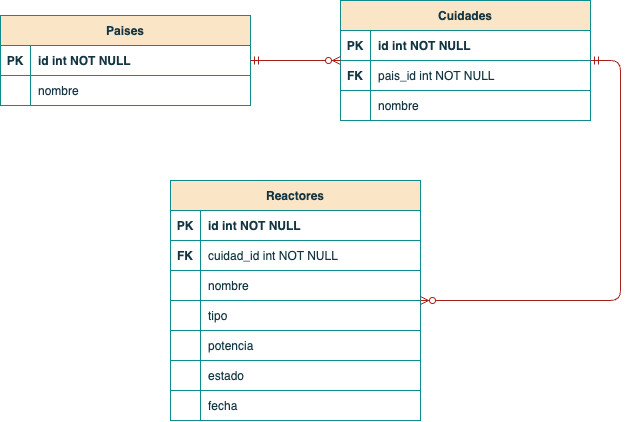
Before: Datos/DiagramaRelacional-MQJ.drawio.png, a diagram exported from draw.io (mquijanoj09/tabd_202410_ex03). Source tidied: cells renumbered, new cells last; positions are measured from the earlier drawing's top-left corner, leaving out a move shared by most shapes.
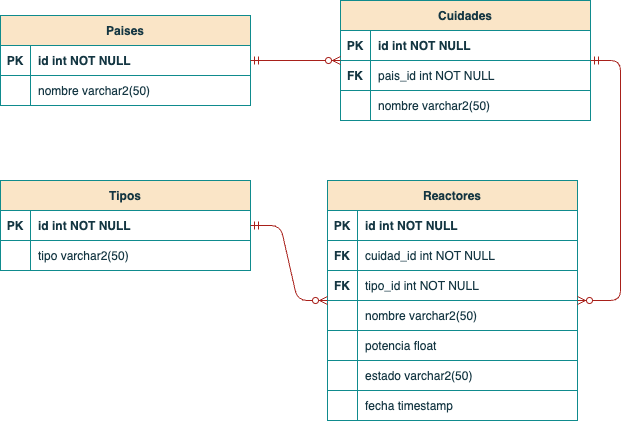
Later version of the same file.

What changed in the source:
```diff
@@ -3,7 +3,7 @@
     <mxCell id="0" />
     <mxCell id="1" parent="0" />
     <mxCell id="2" style="group;labelBackgroundColor=none;fontColor=#143642;fillColor=none;strokeColor=#0F8B8D;" parent="1" vertex="1">
-      <mxGeometry x="170" y="180" width="250" height="210" as="geometry" />
+      <mxGeometry x="327" y="180" width="250" height="210" as="geometry" />
     </mxCell>
     <mxCell id="3" value="Reactores" style="shape=table;startSize=30;rowLines=0;fontStyle=1;align=center;labelBackgroundColor=none;fillColor=#FAE5C7;strokeColor=#0F8B8D;fontColor=#143642;" parent="2" vertex="1">
       <mxGeometry width="250" height="240" as="geometry" />
@@ -68,7 +68,7 @@
     <mxCell id="23" style="shape=partialRectangle;overflow=hidden;fillColor=none;top=0;left=0;bottom=0;right=0;labelBackgroundColor=none;strokeColor=#0F8B8D;fontColor=#143642;" parent="22" vertex="1">
       <mxGeometry width="30" height="30" as="geometry" />
     </mxCell>
-    <mxCell id="24" value="fecha" style="shape=partialRectangle;overflow=hidden;fillColor=none;top=0;left=0;bottom=0;right=0;align=left;spacingLeft=6;labelBackgroundColor=none;strokeColor=#0F8B8D;fontColor=#143642;" parent="22" vertex="1">
+    <mxCell id="24" value="fecha timestamp" style="shape=partialRectangle;overflow=hidden;fillColor=none;top=0;left=0;bottom=0;right=0;align=left;spacingLeft=6;labelBackgroundColor=none;strokeColor=#0F8B8D;fontColor=#143642;" parent="22" vertex="1">
       <mxGeometry x="30" width="220" height="30" as="geometry" />
     </mxCell>
     <mxCell id="25" style="shape=partialRectangle;fillColor=none;top=0;left=0;right=0;bottom=1;labelBackgroundColor=none;strokeColor=#0F8B8D;fontColor=#143642;" parent="2" vertex="1">
@@ -83,10 +83,10 @@
     <mxCell id="28" style="shape=partialRectangle;fillColor=none;top=0;left=0;right=0;bottom=1;labelBackgroundColor=none;strokeColor=#0F8B8D;fontColor=#143642;" parent="2" vertex="1">
       <mxGeometry y="90" width="250" height="30" as="geometry" />
     </mxCell>
-    <mxCell id="29" style="shape=partialRectangle;overflow=hidden;fillColor=none;top=0;left=0;bottom=0;right=0;fontStyle=1;labelBackgroundColor=none;strokeColor=#0F8B8D;fontColor=#143642;" parent="28" vertex="1">
+    <mxCell id="29" value="FK" style="shape=partialRectangle;overflow=hidden;fillColor=none;top=0;left=0;bottom=0;right=0;fontStyle=1;labelBackgroundColor=none;strokeColor=#0F8B8D;fontColor=#143642;" parent="28" vertex="1">
       <mxGeometry width="30" height="30" as="geometry" />
     </mxCell>
-    <mxCell id="30" value="nombre " style="shape=partialRectangle;overflow=hidden;fillColor=none;top=0;left=0;bottom=0;right=0;align=left;spacingLeft=6;fontStyle=0;labelBackgroundColor=none;strokeColor=#0F8B8D;fontColor=#143642;" parent="28" vertex="1">
+    <mxCell id="30" value="tipo_id int NOT NULL" style="shape=partialRectangle;overflow=hidden;fillColor=none;top=0;left=0;bottom=0;right=0;align=left;spacingLeft=6;fontStyle=0;labelBackgroundColor=none;strokeColor=#0F8B8D;fontColor=#143642;" parent="28" vertex="1">
       <mxGeometry x="30" width="220" height="30" as="geometry" />
     </mxCell>
     <mxCell id="31" style="shape=partialRectangle;fillColor=none;top=0;left=0;right=0;bottom=1;labelBackgroundColor=none;strokeColor=#0F8B8D;fontColor=#143642;" parent="2" vertex="1">
@@ -95,7 +95,7 @@
     <mxCell id="32" style="shape=partialRectangle;overflow=hidden;fillColor=none;top=0;left=0;bottom=0;right=0;fontStyle=1;labelBackgroundColor=none;strokeColor=#0F8B8D;fontColor=#143642;" parent="31" vertex="1">
       <mxGeometry width="30" height="30" as="geometry" />
     </mxCell>
-    <mxCell id="33" value="tipo " style="shape=partialRectangle;overflow=hidden;fillColor=none;top=0;left=0;bottom=0;right=0;align=left;spacingLeft=6;fontStyle=0;labelBackgroundColor=none;strokeColor=#0F8B8D;fontColor=#143642;" parent="31" vertex="1">
+    <mxCell id="33" value="nombre varchar2(50)" style="shape=partialRectangle;overflow=hidden;fillColor=none;top=0;left=0;bottom=0;right=0;align=left;spacingLeft=6;fontStyle=0;labelBackgroundColor=none;strokeColor=#0F8B8D;fontColor=#143642;" parent="31" vertex="1">
       <mxGeometry x="30" width="220" height="30" as="geometry" />
     </mxCell>
     <mxCell id="34" style="shape=partialRectangle;fillColor=none;top=0;left=0;right=0;bottom=1;labelBackgroundColor=none;strokeColor=#0F8B8D;fontColor=#143642;" parent="2" vertex="1">
@@ -104,7 +104,7 @@
     <mxCell id="35" style="shape=partialRectangle;overflow=hidden;fillColor=none;top=0;left=0;bottom=0;right=0;fontStyle=1;labelBackgroundColor=none;strokeColor=#0F8B8D;fontColor=#143642;" parent="34" vertex="1">
       <mxGeometry width="30" height="30" as="geometry" />
     </mxCell>
-    <mxCell id="36" value="potencia" style="shape=partialRectangle;overflow=hidden;fillColor=none;top=0;left=0;bottom=0;right=0;align=left;spacingLeft=6;fontStyle=0;labelBackgroundColor=none;strokeColor=#0F8B8D;fontColor=#143642;" parent="34" vertex="1">
+    <mxCell id="36" value="potencia float" style="shape=partialRectangle;overflow=hidden;fillColor=none;top=0;left=0;bottom=0;right=0;align=left;spacingLeft=6;fontStyle=0;labelBackgroundColor=none;strokeColor=#0F8B8D;fontColor=#143642;" parent="34" vertex="1">
       <mxGeometry x="30" width="220" height="30" as="geometry" />
     </mxCell>
     <mxCell id="37" style="shape=partialRectangle;fillColor=none;top=0;left=0;right=0;bottom=1;labelBackgroundColor=none;strokeColor=#0F8B8D;fontColor=#143642;" parent="2" vertex="1">
@@ -113,7 +113,7 @@
     <mxCell id="38" style="shape=partialRectangle;overflow=hidden;fillColor=none;top=0;left=0;bottom=0;right=0;fontStyle=1;labelBackgroundColor=none;strokeColor=#0F8B8D;fontColor=#143642;" parent="37" vertex="1">
       <mxGeometry width="30" height="30" as="geometry" />
     </mxCell>
-    <mxCell id="39" value="estado" style="shape=partialRectangle;overflow=hidden;fillColor=none;top=0;left=0;bottom=0;right=0;align=left;spacingLeft=6;fontStyle=0;labelBackgroundColor=none;strokeColor=#0F8B8D;fontColor=#143642;" parent="37" vertex="1">
+    <mxCell id="39" value="estado varchar2(50)" style="shape=partialRectangle;overflow=hidden;fillColor=none;top=0;left=0;bottom=0;right=0;align=left;spacingLeft=6;fontStyle=0;labelBackgroundColor=none;strokeColor=#0F8B8D;fontColor=#143642;" parent="37" vertex="1">
       <mxGeometry x="30" width="220" height="30" as="geometry" />
     </mxCell>
     <mxCell id="40" style="group;labelBackgroundColor=none;fontColor=#143642;strokeColor=#0F8B8D;" parent="1" vertex="1">
@@ -164,7 +164,7 @@
     <mxCell id="55" style="shape=partialRectangle;overflow=hidden;fillColor=none;top=0;left=0;bottom=0;right=0;fontStyle=1;labelBackgroundColor=none;strokeColor=#0F8B8D;fontColor=#143642;" parent="54" vertex="1">
       <mxGeometry width="30" height="30" as="geometry" />
     </mxCell>
-    <mxCell id="56" value="nombre" style="shape=partialRectangle;overflow=hidden;fillColor=none;top=0;left=0;bottom=0;right=0;align=left;spacingLeft=6;fontStyle=0;labelBackgroundColor=none;strokeColor=#0F8B8D;fontColor=#143642;" parent="54" vertex="1">
+    <mxCell id="56" value="nombre varchar2(50)" style="shape=partialRectangle;overflow=hidden;fillColor=none;top=0;left=0;bottom=0;right=0;align=left;spacingLeft=6;fontStyle=0;labelBackgroundColor=none;strokeColor=#0F8B8D;fontColor=#143642;" parent="54" vertex="1">
       <mxGeometry x="30" width="220" height="30" as="geometry" />
     </mxCell>
     <mxCell id="57" style="edgeStyle=entityRelationEdgeStyle;fontSize=12;html=1;endArrow=ERzeroToMany;startArrow=ERmandOne;rounded=1;strokeColor=#A8201A;align=center;verticalAlign=middle;fontFamily=Helvetica;fontColor=default;labelBackgroundColor=none;" parent="1" edge="1" source="41" target="3">
@@ -205,7 +205,7 @@
     <mxCell id="67" style="shape=partialRectangle;overflow=hidden;fillColor=none;top=0;left=0;bottom=0;right=0;fontStyle=1;labelBackgroundColor=none;strokeColor=#0F8B8D;fontColor=#143642;" parent="66" vertex="1">
       <mxGeometry width="30" height="30" as="geometry" />
     </mxCell>
-    <mxCell id="68" value="nombre" style="shape=partialRectangle;overflow=hidden;fillColor=none;top=0;left=0;bottom=0;right=0;align=left;spacingLeft=6;fontStyle=0;labelBackgroundColor=none;strokeColor=#0F8B8D;fontColor=#143642;" parent="66" vertex="1">
+    <mxCell id="68" value="nombre varchar2(50)" style="shape=partialRectangle;overflow=hidden;fillColor=none;top=0;left=0;bottom=0;right=0;align=left;spacingLeft=6;fontStyle=0;labelBackgroundColor=none;strokeColor=#0F8B8D;fontColor=#143642;" parent="66" vertex="1">
       <mxGeometry x="30" width="220" height="30" as="geometry" />
     </mxCell>
     <mxCell id="69" style="edgeStyle=entityRelationEdgeStyle;fontSize=12;html=1;endArrow=ERzeroToMany;startArrow=ERmandOne;rounded=1;strokeColor=#A8201A;align=center;verticalAlign=middle;fontFamily=Helvetica;fontColor=default;labelBackgroundColor=none;" parent="1" edge="1" source="59" target="41">
@@ -216,5 +216,46 @@
         </Array>
       </mxGeometry>
     </mxCell>
+    <mxCell id="70" style="group;" parent="1" vertex="1">
+      <mxGeometry y="180" width="250" height="90" as="geometry" />
+    </mxCell>
+    <mxCell id="71" value="Tipos" style="shape=table;startSize=30;rowLines=0;fontStyle=1;align=center;labelBackgroundColor=none;fillColor=#FAE5C7;strokeColor=#0F8B8D;fontColor=#143642;" parent="70" vertex="1">
+      <mxGeometry width="250" height="90" as="geometry" />
+    </mxCell>
+    <mxCell id="72" style="shape=partialRectangle;fillColor=none;top=0;left=0;right=0;bottom=1;labelBackgroundColor=none;strokeColor=#0F8B8D;fontColor=#143642;" parent="71" vertex="1">
+      <mxGeometry y="30" width="250" height="30" as="geometry" />
+    </mxCell>
+    <mxCell id="73" value="PK" style="shape=partialRectangle;overflow=hidden;fillColor=none;top=0;left=0;bottom=0;right=0;fontStyle=1;labelBackgroundColor=none;strokeColor=#0F8B8D;fontColor=#143642;" parent="72" vertex="1">
+      <mxGeometry width="30" height="30" as="geometry" />
+    </mxCell>
+    <mxCell id="74" value="id int NOT NULL" style="shape=partialRectangle;overflow=hidden;fillColor=none;top=0;left=0;bottom=0;right=0;align=left;spacingLeft=6;fontStyle=1;labelBackgroundColor=none;strokeColor=#0F8B8D;fontColor=#143642;" parent="72" vertex="1">
+      <mxGeometry x="30" width="220" height="30" as="geometry" />
+    </mxCell>
+    <mxCell id="75" style="shape=partialRectangle;fillColor=none;top=0;left=0;right=0;bottom=0;labelBackgroundColor=none;strokeColor=#0F8B8D;fontColor=#143642;" parent="71" vertex="1">
+      <mxGeometry y="60" width="250" height="30" as="geometry" />
+    </mxCell>
+    <mxCell id="76" style="shape=partialRectangle;overflow=hidden;fillColor=none;top=0;left=0;bottom=0;right=0;labelBackgroundColor=none;strokeColor=#0F8B8D;fontColor=#143642;" parent="75" vertex="1">
+      <mxGeometry width="30" height="30" as="geometry" />
+    </mxCell>
+    <mxCell id="77" style="shape=partialRectangle;overflow=hidden;fillColor=none;top=0;left=0;bottom=0;right=0;align=left;spacingLeft=6;labelBackgroundColor=none;strokeColor=#0F8B8D;fontColor=#143642;" parent="75" vertex="1">
+      <mxGeometry x="30" width="220" height="30" as="geometry" />
+    </mxCell>
+    <mxCell id="78" style="shape=partialRectangle;fillColor=none;top=0;left=0;right=0;bottom=1;labelBackgroundColor=none;strokeColor=#0F8B8D;fontColor=#143642;" parent="70" vertex="1">
+      <mxGeometry y="60" width="250" height="30" as="geometry" />
+    </mxCell>
+    <mxCell id="79" style="shape=partialRectangle;overflow=hidden;fillColor=none;top=0;left=0;bottom=0;right=0;fontStyle=1;labelBackgroundColor=none;strokeColor=#0F8B8D;fontColor=#143642;" parent="78" vertex="1">
+      <mxGeometry width="30" height="30" as="geometry" />
+    </mxCell>
+    <mxCell id="80" value="tipo varchar2(50)" style="shape=partialRectangle;overflow=hidden;fillColor=none;top=0;left=0;bottom=0;right=0;align=left;spacingLeft=6;fontStyle=0;labelBackgroundColor=none;strokeColor=#0F8B8D;fontColor=#143642;" parent="78" vertex="1">
+      <mxGeometry x="30" width="220" height="30" as="geometry" />
+    </mxCell>
+    <mxCell id="81" style="edgeStyle=entityRelationEdgeStyle;fontSize=12;html=1;endArrow=ERzeroToMany;startArrow=ERmandOne;rounded=1;strokeColor=#A8201A;align=center;verticalAlign=middle;fontFamily=Helvetica;fontColor=default;labelBackgroundColor=none;" parent="1" edge="1" source="71" target="3">
+      <mxGeometry relative="1" as="geometry">
+        <Array as="points">
+          <mxPoint x="517" y="270" />
+          <mxPoint x="587" y="30" />
+        </Array>
+      </mxGeometry>
+    </mxCell>
   </root>
 </mxGraphModel>
```
